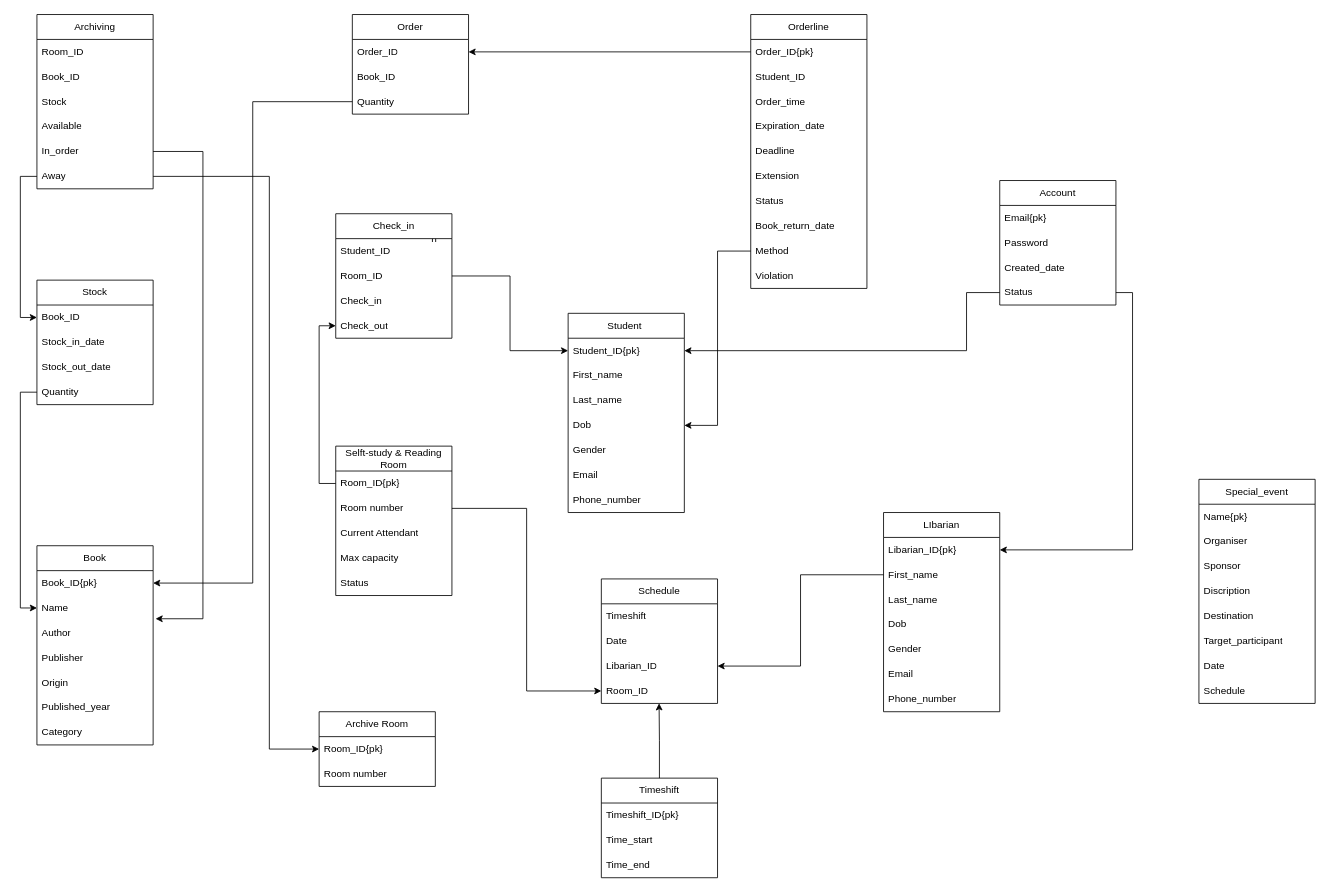
Above: table_relations.drawio in Dovanvu09/LibraryManagement (draw.io), before the change. Source tidied: cells renumbered, new cells numbered last; positions are measured from the earlier drawing's top-left corner, leaving out a move shared by most shapes. Both pictures are drawn from the tidied source at 83%, with x=0, y=0 at pixel (37, 14).
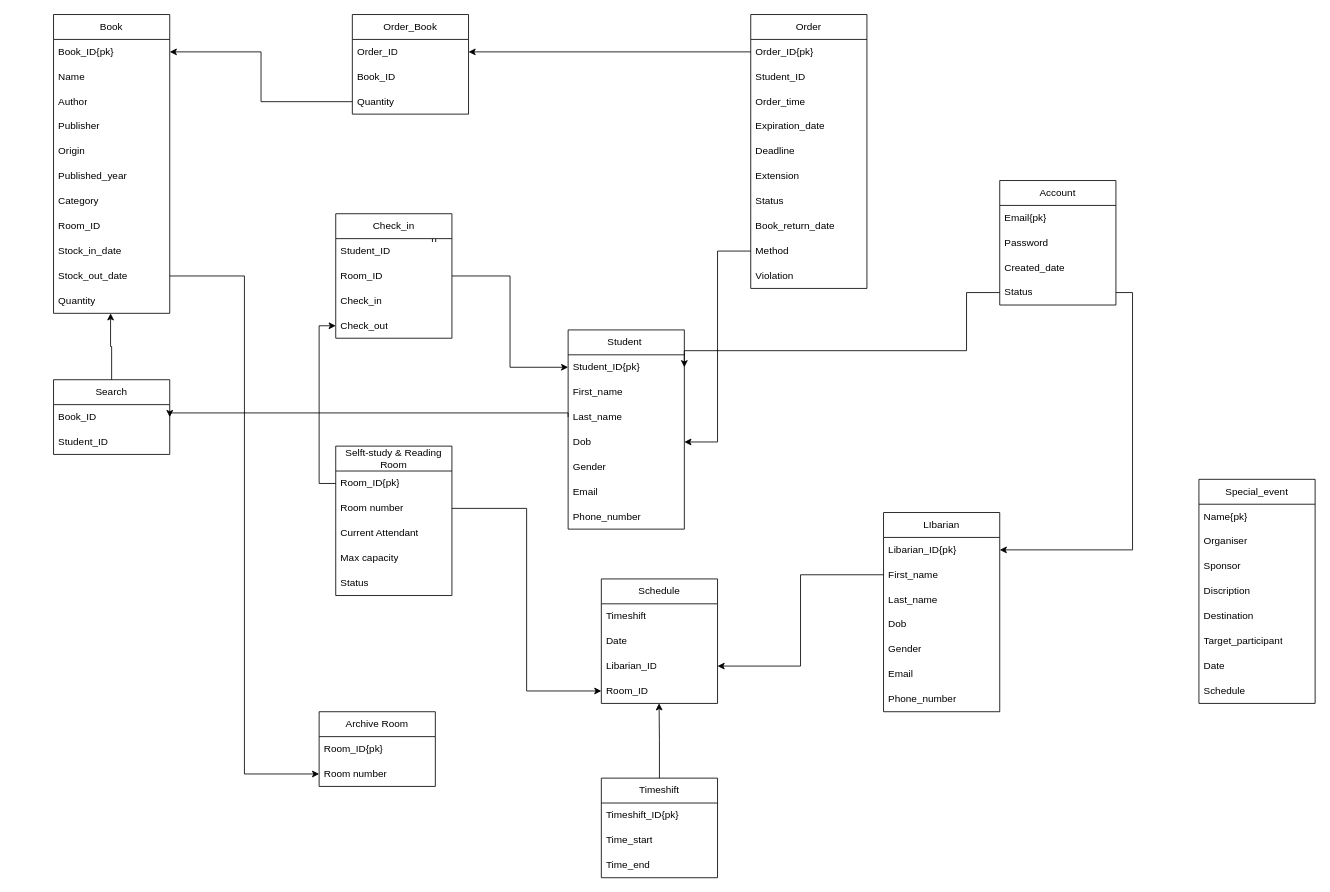
The same page after the edit.

Commit message:
Cập nhật table_relations.drawio

Unchanged cells that the change refers to:
```xml
<mxCell id="5" value="Last_name" style="text;strokeColor=none;fillColor=none;align=left;verticalAlign=middle;spacingLeft=4;spacingRight=4;overflow=hidden;points=[[0,0.5],[1,0.5]];portConstraint=eastwest;whiteSpace=wrap;html=1;" parent="2" vertex="1">
  <mxGeometry y="90" width="140" height="30" as="geometry" />
</mxCell>
<mxCell id="12" value="Name" style="text;strokeColor=none;fillColor=none;align=left;verticalAlign=middle;spacingLeft=4;spacingRight=4;overflow=hidden;points=[[0,0.5],[1,0.5]];portConstraint=eastwest;whiteSpace=wrap;html=1;" parent="10" vertex="1">
  <mxGeometry y="60" width="140" height="30" as="geometry" />
</mxCell>
<mxCell id="38" value="Room_ID{pk}" style="text;strokeColor=none;fillColor=none;align=left;verticalAlign=middle;spacingLeft=4;spacingRight=4;overflow=hidden;points=[[0,0.5],[1,0.5]];portConstraint=eastwest;whiteSpace=wrap;html=1;" parent="37" vertex="1">
  <mxGeometry y="30" width="140" height="30" as="geometry" />
</mxCell>
<mxCell id="39" value="Room number" style="text;strokeColor=none;fillColor=none;align=left;verticalAlign=middle;spacingLeft=4;spacingRight=4;overflow=hidden;points=[[0,0.5],[1,0.5]];portConstraint=eastwest;whiteSpace=wrap;html=1;" parent="37" vertex="1">
  <mxGeometry y="60" width="140" height="30" as="geometry" />
</mxCell>
```

Diff of the diagram source:
```diff
@@
     <mxCell id="2" value="Student&amp;nbsp;" style="swimlane;fontStyle=0;horizontal=1;startSize=30;whiteSpace=wrap;html=1;" parent="1" vertex="1">
-      <mxGeometry x="640" y="360" width="140" height="240" as="geometry" />
+      <mxGeometry x="640" y="380" width="140" height="240" as="geometry" />
     </mxCell>
@@
     <mxCell id="10" value="Book" style="swimlane;fontStyle=0;horizontal=1;startSize=30;whiteSpace=wrap;html=1;" parent="1" vertex="1">
-      <mxGeometry y="640" width="140" height="240" as="geometry" />
+      <mxGeometry x="20" width="140" height="360" as="geometry" />
     </mxCell>
@@
+    <mxCell id="63" value="Room_ID" style="text;strokeColor=none;fillColor=none;align=left;verticalAlign=middle;spacingLeft=4;spacingRight=4;overflow=hidden;whiteSpace=wrap;html=1;" parent="10" vertex="1">
+      <mxGeometry y="240" width="140" height="30" as="geometry" />
+    </mxCell>
+    <mxCell id="71" value="Stock_in_date" style="text;strokeColor=none;fillColor=none;align=left;verticalAlign=middle;spacingLeft=4;spacingRight=4;overflow=hidden;whiteSpace=wrap;html=1;" parent="10" vertex="1">
+      <mxGeometry y="270" width="140" height="30" as="geometry" />
+    </mxCell>
+    <mxCell id="72" value="Stock_out_date" style="text;strokeColor=none;fillColor=none;align=left;verticalAlign=middle;spacingLeft=4;spacingRight=4;overflow=hidden;points=[[0,0.5],[1,0.5]];portConstraint=eastwest;whiteSpace=wrap;html=1;" parent="10" vertex="1">
+      <mxGeometry y="300" width="140" height="30" as="geometry" />
+    </mxCell>
+    <mxCell id="73" value="Quantity" style="text;strokeColor=none;fillColor=none;align=left;verticalAlign=middle;spacingLeft=4;spacingRight=4;overflow=hidden;points=[[0,0.5],[1,0.5]];portConstraint=eastwest;whiteSpace=wrap;html=1;" parent="10" vertex="1">
+      <mxGeometry y="330" width="140" height="30" as="geometry" />
+    </mxCell>
@@
-    <mxCell id="47" value="Orderline" style="swimlane;fontStyle=0;horizontal=1;startSize=30;whiteSpace=wrap;html=1;" parent="1" vertex="1">
+    <mxCell id="47" value="Order" style="swimlane;fontStyle=0;horizontal=1;startSize=30;whiteSpace=wrap;html=1;" parent="1" vertex="1">
       <mxGeometry x="860" width="140" height="330" as="geometry" />
     </mxCell>
@@
-    <mxCell id="58" value="Order" style="swimlane;fontStyle=0;horizontal=1;startSize=30;whiteSpace=wrap;html=1;" parent="1" vertex="1">
+    <mxCell id="58" value="Order_Book" style="swimlane;fontStyle=0;horizontal=1;startSize=30;whiteSpace=wrap;html=1;" parent="1" vertex="1">
       <mxGeometry x="380" width="140" height="120" as="geometry" />
     </mxCell>
@@
-    <mxCell id="62" value="Archiving" style="swimlane;fontStyle=0;horizontal=1;startSize=30;whiteSpace=wrap;html=1;" parent="1" vertex="1">
-      <mxGeometry width="140" height="210" as="geometry" />
-    </mxCell>
-    <mxCell id="63" value="Room_ID" style="text;strokeColor=none;fillColor=none;align=left;verticalAlign=middle;spacingLeft=4;spacingRight=4;overflow=hidden;whiteSpace=wrap;html=1;" parent="62" vertex="1">
-      <mxGeometry y="30" width="140" height="30" as="geometry" />
-    </mxCell>
-    <mxCell id="64" value="Book_ID" style="text;strokeColor=none;fillColor=none;align=left;verticalAlign=middle;spacingLeft=4;spacingRight=4;overflow=hidden;whiteSpace=wrap;html=1;" parent="62" vertex="1">
-      <mxGeometry y="60" width="140" height="30" as="geometry" />
-    </mxCell>
-    <mxCell id="65" value="Stock" style="text;strokeColor=none;fillColor=none;align=left;verticalAlign=middle;spacingLeft=4;spacingRight=4;overflow=hidden;whiteSpace=wrap;html=1;" parent="62" vertex="1">
-      <mxGeometry y="90" width="140" height="30" as="geometry" />
-    </mxCell>
-    <mxCell id="66" value="Available" style="text;strokeColor=none;fillColor=none;align=left;verticalAlign=middle;spacingLeft=4;spacingRight=4;overflow=hidden;whiteSpace=wrap;html=1;" parent="62" vertex="1">
-      <mxGeometry y="120" width="140" height="30" as="geometry" />
-    </mxCell>
-    <mxCell id="67" value="In_order" style="text;strokeColor=none;fillColor=none;align=left;verticalAlign=middle;spacingLeft=4;spacingRight=4;overflow=hidden;points=[[0,0.5],[1,0.5]];portConstraint=eastwest;whiteSpace=wrap;html=1;" parent="62" vertex="1">
-      <mxGeometry y="150" width="140" height="30" as="geometry" />
-    </mxCell>
-    <mxCell id="68" value="Away" style="text;strokeColor=none;fillColor=none;align=left;verticalAlign=middle;spacingLeft=4;spacingRight=4;overflow=hidden;points=[[0,0.5],[1,0.5]];portConstraint=eastwest;whiteSpace=wrap;html=1;" parent="62" vertex="1">
-      <mxGeometry y="180" width="140" height="30" as="geometry" />
-    </mxCell>
-    <mxCell id="69" value="Stock" style="swimlane;fontStyle=0;horizontal=1;startSize=30;whiteSpace=wrap;html=1;" parent="1" vertex="1">
-      <mxGeometry y="320" width="140" height="150" as="geometry" />
-    </mxCell>
-    <mxCell id="70" value="Book_ID" style="text;strokeColor=none;fillColor=none;align=left;verticalAlign=middle;spacingLeft=4;spacingRight=4;overflow=hidden;points=[[0,0.5],[1,0.5]];portConstraint=eastwest;whiteSpace=wrap;html=1;" parent="69" vertex="1">
-      <mxGeometry y="30" width="140" height="30" as="geometry" />
-    </mxCell>
-    <mxCell id="71" value="Stock_in_date" style="text;strokeColor=none;fillColor=none;align=left;verticalAlign=middle;spacingLeft=4;spacingRight=4;overflow=hidden;whiteSpace=wrap;html=1;" parent="69" vertex="1">
-      <mxGeometry y="60" width="140" height="30" as="geometry" />
-    </mxCell>
-    <mxCell id="72" value="Stock_out_date" style="text;strokeColor=none;fillColor=none;align=left;verticalAlign=middle;spacingLeft=4;spacingRight=4;overflow=hidden;points=[[0,0.5],[1,0.5]];portConstraint=eastwest;whiteSpace=wrap;html=1;" parent="69" vertex="1">
-      <mxGeometry y="90" width="140" height="30" as="geometry" />
-    </mxCell>
-    <mxCell id="73" value="Quantity" style="text;strokeColor=none;fillColor=none;align=left;verticalAlign=middle;spacingLeft=4;spacingRight=4;overflow=hidden;points=[[0,0.5],[1,0.5]];portConstraint=eastwest;whiteSpace=wrap;html=1;" parent="69" vertex="1">
-      <mxGeometry y="120" width="140" height="30" as="geometry" />
-    </mxCell>
@@
-    <mxCell id="88" style="edgeStyle=orthogonalEdgeStyle;rounded=0;jettySize=auto;html=1;exitX=0;exitY=0.5;exitDx=0;exitDy=0;entryX=0;entryY=0.5;entryDx=0;entryDy=0;" parent="1" edge="1" source="73" target="12">
-      <mxGeometry relative="1" as="geometry" />
-    </mxCell>
@@
-    <mxCell id="90" style="edgeStyle=orthogonalEdgeStyle;rounded=0;jettySize=auto;html=1;exitX=0;exitY=0.5;exitDx=0;exitDy=0;entryX=0;entryY=0.5;entryDx=0;entryDy=0;" parent="1" edge="1" source="68" target="70">
-      <mxGeometry relative="1" as="geometry" />
-    </mxCell>
-    <mxCell id="91" style="edgeStyle=orthogonalEdgeStyle;rounded=0;jettySize=auto;html=1;exitX=1;exitY=0.5;exitDx=0;exitDy=0;entryX=0;entryY=0.5;entryDx=0;entryDy=0;" parent="1" edge="1" source="68" target="38">
-      <mxGeometry relative="1" as="geometry">
-        <Array as="points">
-          <mxPoint x="280" y="195" />
-          <mxPoint x="280" y="885" />
-        </Array>
-      </mxGeometry>
-    </mxCell>
@@
-    <mxCell id="99" style="edgeStyle=orthogonalEdgeStyle;rounded=0;jettySize=auto;html=1;exitX=1;exitY=0.5;exitDx=0;exitDy=0;entryX=1.021;entryY=0.933;entryDx=0;entryDy=0;entryPerimeter=0;" parent="1" edge="1" source="67" target="12">
-      <mxGeometry relative="1" as="geometry">
-        <Array as="points">
-          <mxPoint x="200" y="165" />
-          <mxPoint x="200" y="728" />
-        </Array>
-      </mxGeometry>
-    </mxCell>
@@
+    <mxCell id="105" value="Search" style="swimlane;fontStyle=0;horizontal=1;startSize=30;whiteSpace=wrap;html=1;" parent="1" vertex="1">
+      <mxGeometry x="20" y="440" width="140" height="90" as="geometry" />
+    </mxCell>
+    <mxCell id="70" value="Book_ID" style="text;strokeColor=none;fillColor=none;align=left;verticalAlign=middle;spacingLeft=4;spacingRight=4;overflow=hidden;points=[[0,0.5],[1,0.5]];portConstraint=eastwest;whiteSpace=wrap;html=1;" parent="105" vertex="1">
+      <mxGeometry y="30" width="140" height="30" as="geometry" />
+    </mxCell>
+    <mxCell id="106" value="Student_ID" style="text;strokeColor=none;fillColor=none;align=left;verticalAlign=middle;spacingLeft=4;spacingRight=4;overflow=hidden;whiteSpace=wrap;html=1;" parent="105" vertex="1">
+      <mxGeometry y="60" width="140" height="30" as="geometry" />
+    </mxCell>
+    <mxCell id="107" style="edgeStyle=orthogonalEdgeStyle;rounded=0;jettySize=auto;html=1;exitX=1;exitY=0.5;exitDx=0;exitDy=0;entryX=0;entryY=0.5;entryDx=0;entryDy=0;" parent="1" edge="1" source="72" target="39">
+      <mxGeometry relative="1" as="geometry" />
+    </mxCell>
+    <mxCell id="108" style="edgeStyle=orthogonalEdgeStyle;rounded=0;jettySize=auto;html=1;exitX=0.5;exitY=0;exitDx=0;exitDy=0;entryX=0.491;entryY=1;entryDx=0;entryDy=0;entryPerimeter=0;" parent="1" edge="1" source="105" target="73">
+      <mxGeometry relative="1" as="geometry" />
+    </mxCell>
+    <mxCell id="109" style="edgeStyle=orthogonalEdgeStyle;rounded=0;jettySize=auto;html=1;exitX=0;exitY=0.5;exitDx=0;exitDy=0;entryX=1;entryY=0.5;entryDx=0;entryDy=0;" parent="1" edge="1" source="5" target="70">
+      <mxGeometry relative="1" as="geometry">
+        <Array as="points">
+          <mxPoint x="640" y="480" />
+          <mxPoint x="160" y="480" />
+        </Array>
+      </mxGeometry>
+    </mxCell>
```
